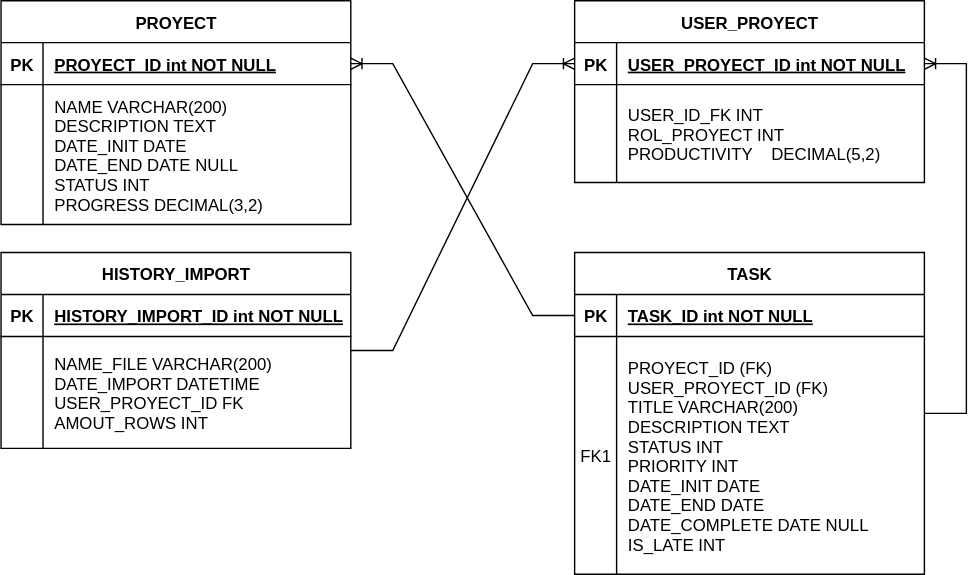
Above: schemas/IMPORT/KENDALL_MICRO_IMPORT_EXPORT.svg in brayrpgs/GLOB-DB (draw.io), before the change. Source tidied: cells renumbered, new cells last; positions are measured from the earlier drawing's top-left corner, leaving out a move shared by most shapes.
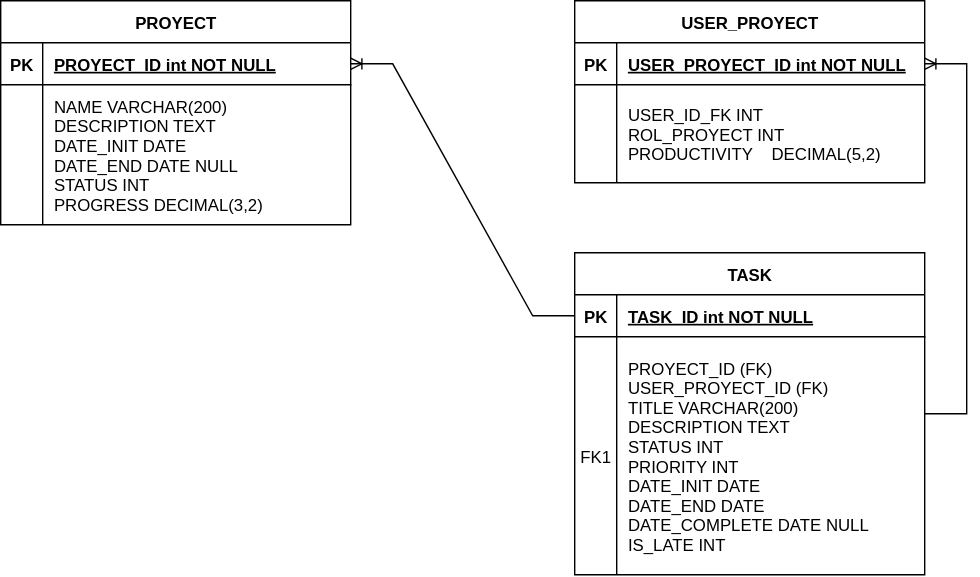
After the commit.

Commit message:
feat(security): Implement full CRUD procedures for user accounts

Change to the diagram source:
```diff
@@ -65,33 +65,9 @@
     <mxCell id="22" value="NAME VARCHAR(200)&#10;DESCRIPTION TEXT   &#10;DATE_INIT DATE    &#10;DATE_END DATE NULL&#10;STATUS INT&#10;PROGRESS DECIMAL(3,2) " style="shape=partialRectangle;overflow=hidden;fillColor=none;top=0;left=0;bottom=0;right=0;align=left;spacingLeft=6;" parent="20" vertex="1">
       <mxGeometry x="30" width="220" height="100" as="geometry" />
     </mxCell>
-    <mxCell id="23" value="HISTORY_IMPORT" style="shape=table;startSize=30;rowLines=0;fontStyle=1;align=center;" parent="1" vertex="1">
-      <mxGeometry y="180" width="250" height="140" as="geometry" />
-    </mxCell>
-    <mxCell id="24" style="shape=partialRectangle;fillColor=none;top=0;left=0;right=0;bottom=1;" parent="23" vertex="1">
-      <mxGeometry y="30" width="250" height="30" as="geometry" />
-    </mxCell>
-    <mxCell id="25" value="PK" style="shape=partialRectangle;overflow=hidden;fillColor=none;top=0;left=0;bottom=0;right=0;fontStyle=1;" parent="24" vertex="1">
-      <mxGeometry width="30" height="30" as="geometry" />
-    </mxCell>
-    <mxCell id="26" value="HISTORY_IMPORT_ID int NOT NULL " style="shape=partialRectangle;overflow=hidden;fillColor=none;top=0;left=0;bottom=0;right=0;align=left;spacingLeft=6;fontStyle=5;" parent="24" vertex="1">
-      <mxGeometry x="30" width="220" height="30" as="geometry" />
-    </mxCell>
-    <mxCell id="27" style="shape=partialRectangle;fillColor=none;top=0;left=0;right=0;bottom=0;" parent="23" vertex="1">
-      <mxGeometry y="60" width="250" height="80" as="geometry" />
-    </mxCell>
-    <mxCell id="28" style="shape=partialRectangle;overflow=hidden;fillColor=none;top=0;left=0;bottom=0;right=0;" parent="27" vertex="1">
-      <mxGeometry width="30" height="80" as="geometry" />
-    </mxCell>
-    <mxCell id="29" value="NAME_FILE VARCHAR(200) &#10;DATE_IMPORT DATETIME&#10;USER_PROYECT_ID FK&#10;AMOUT_ROWS INT" style="shape=partialRectangle;overflow=hidden;fillColor=none;top=0;left=0;bottom=0;right=0;align=left;spacingLeft=6;" parent="27" vertex="1">
-      <mxGeometry x="30" width="220" height="80" as="geometry" />
-    </mxCell>
     <mxCell id="30" style="edgeStyle=entityRelationEdgeStyle;fontSize=12;html=1;endArrow=ERoneToMany;rounded=0;" parent="1" edge="1" source="9" target="3">
       <mxGeometry relative="1" as="geometry" />
     </mxCell>
-    <mxCell id="31" style="edgeStyle=entityRelationEdgeStyle;fontSize=12;html=1;endArrow=ERoneToMany;rounded=0;" parent="1" edge="1" source="23" target="3">
-      <mxGeometry relative="1" as="geometry" />
-    </mxCell>
     <mxCell id="32" style="edgeStyle=entityRelationEdgeStyle;fontSize=12;html=1;endArrow=ERoneToMany;rounded=0;exitX=0;exitY=0.5;exitDx=0;exitDy=0;" parent="1" edge="1" source="10" target="17">
       <mxGeometry relative="1" as="geometry" />
     </mxCell>
```
